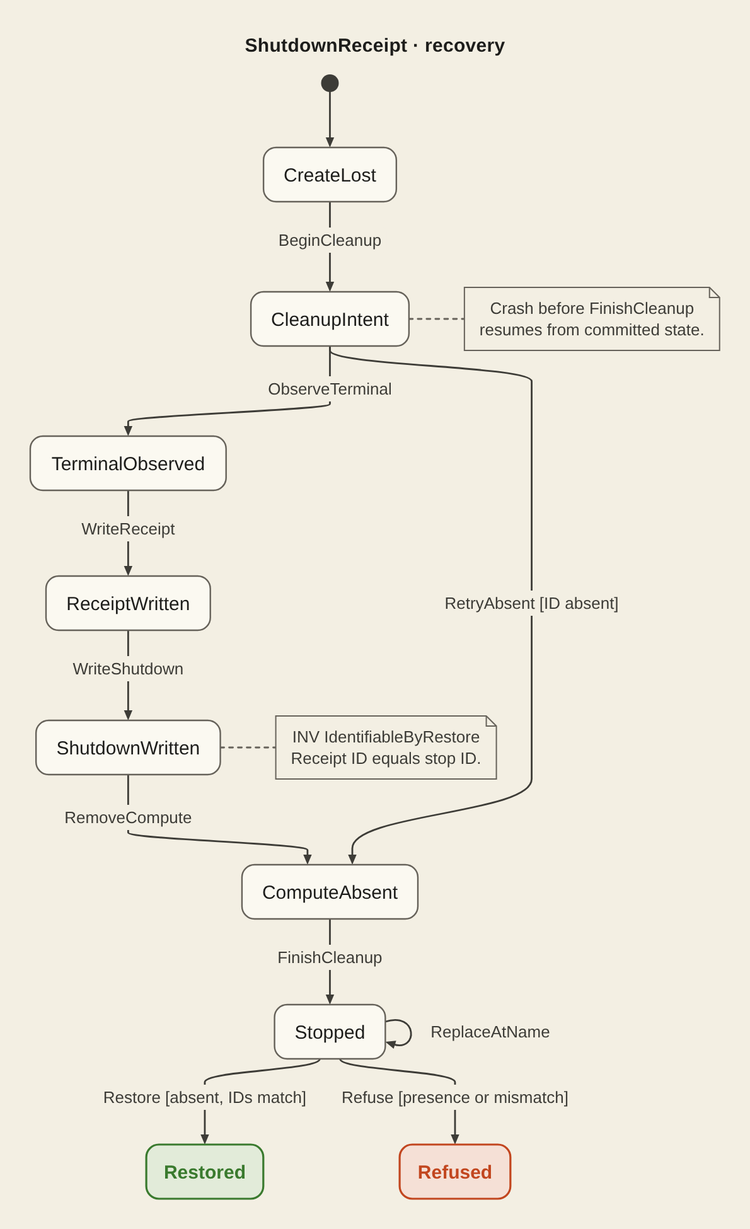
Above: docs/diagrams/shutdown-receipt.png in hack-dance/hack (Mermaid), before the change. Its source is kept beside it as docs/diagrams/shutdown-receipt.mmd.
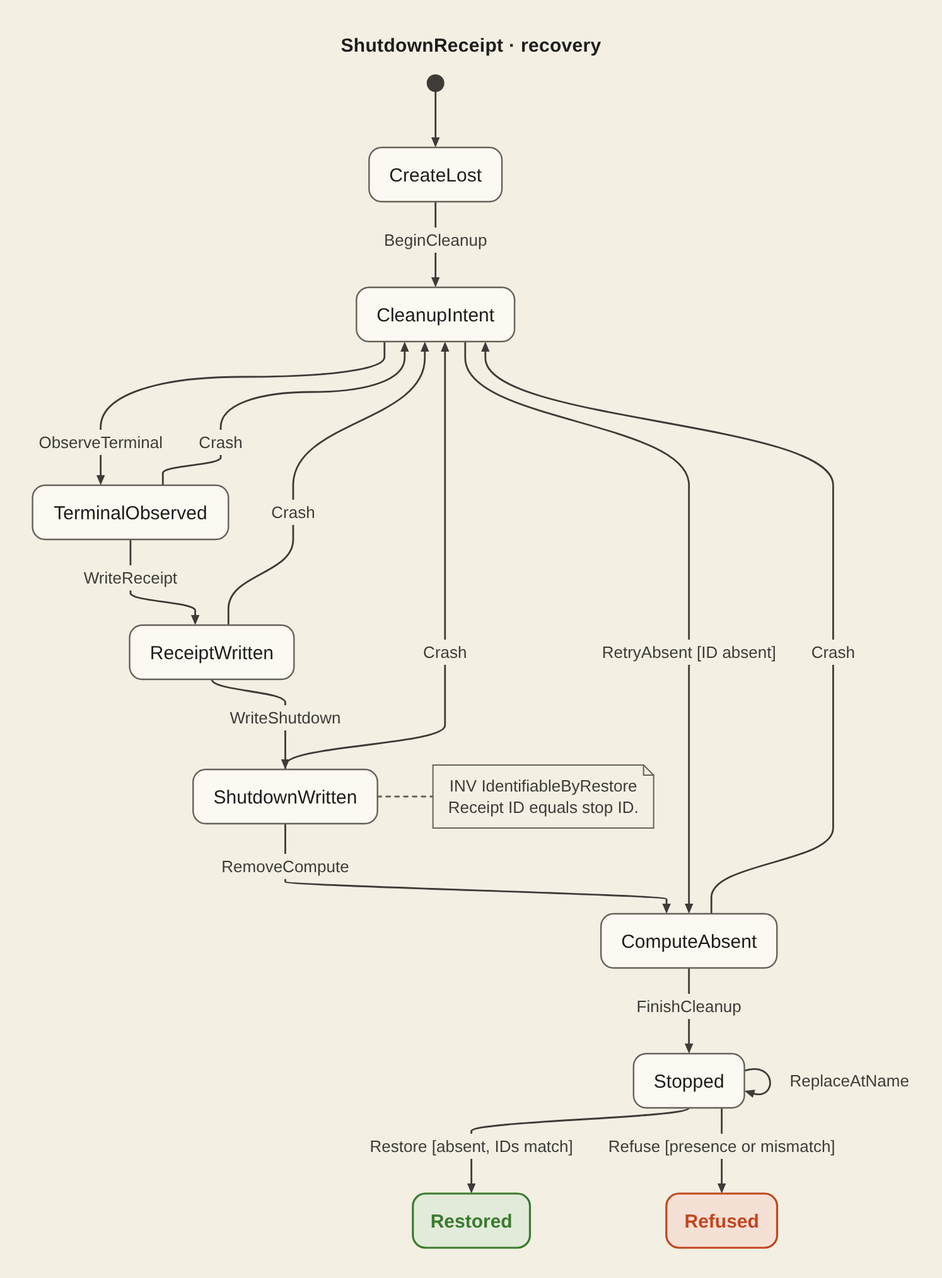
After the commit.

Diff of the diagram source:
```diff
@@ -14,6 +14,10 @@
     ShutdownWritten --> ComputeAbsent : RemoveCompute
     ComputeAbsent --> Stopped : FinishCleanup
     CleanupIntent --> ComputeAbsent : RetryAbsent [ID absent]
+    TerminalObserved --> CleanupIntent : Crash
+    ReceiptWritten --> CleanupIntent : Crash
+    ShutdownWritten --> CleanupIntent : Crash
+    ComputeAbsent --> CleanupIntent : Crash
     Stopped --> Stopped : ReplaceAtName
     Stopped --> Restored : Restore [absent, IDs match]
     Stopped --> Refused : Refuse [presence or mismatch]
@@ -23,10 +27,5 @@
         Receipt ID equals stop ID.
     end note
 
-    note right of CleanupIntent
-        Crash before FinishCleanup
-        resumes from committed state.
-    end note
-
     class Restored ok
     class Refused fail
```
